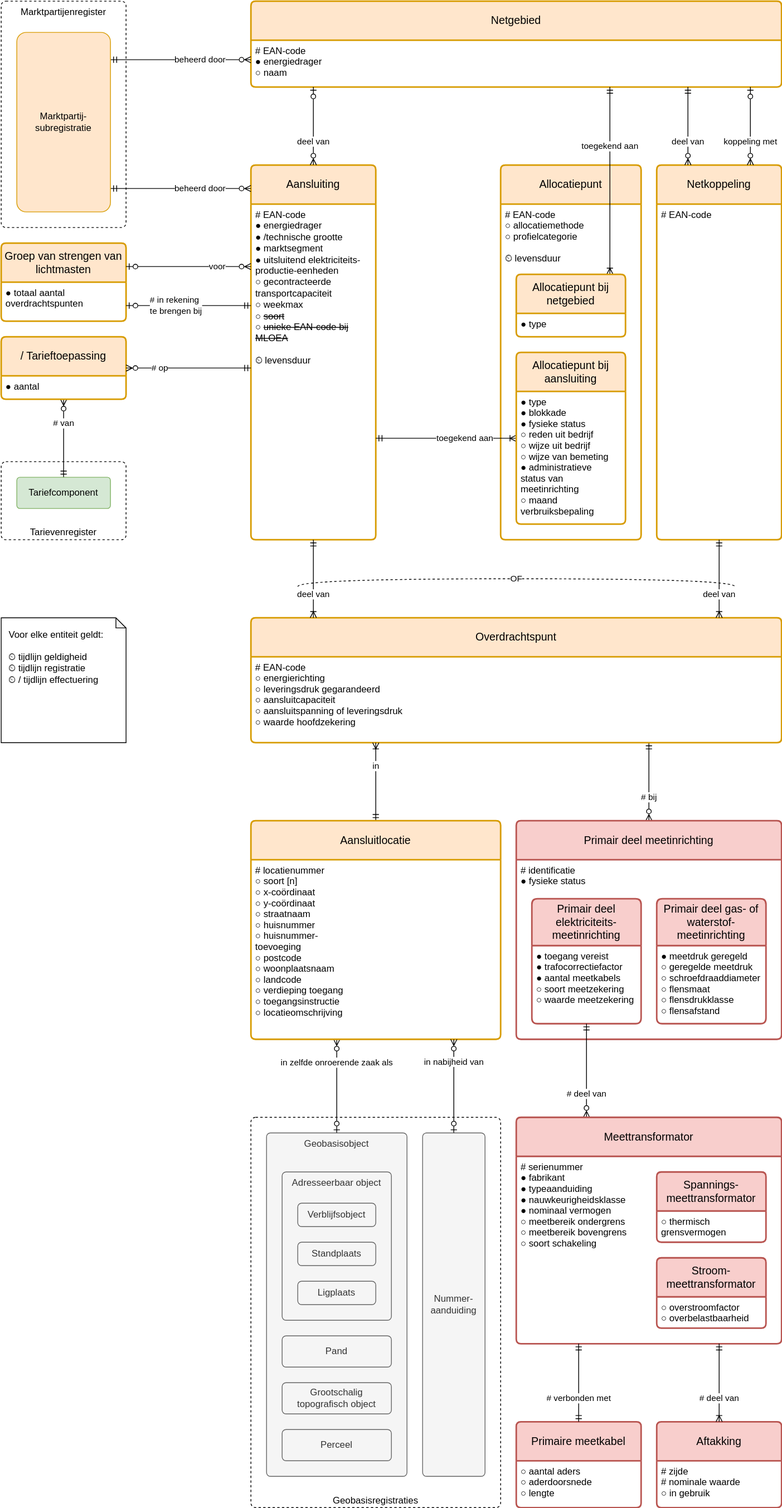
This is registers/aansluitingenregister/1.4/aansluitingenregister.drawio.svg from Netbeheer-Nederland/stelsel, a draw.io export, as it was before one commit. Source tidied: cells renumbered, new cells last; positions are measured from the earlier drawing's top-left corner, leaving out a move shared by most shapes.
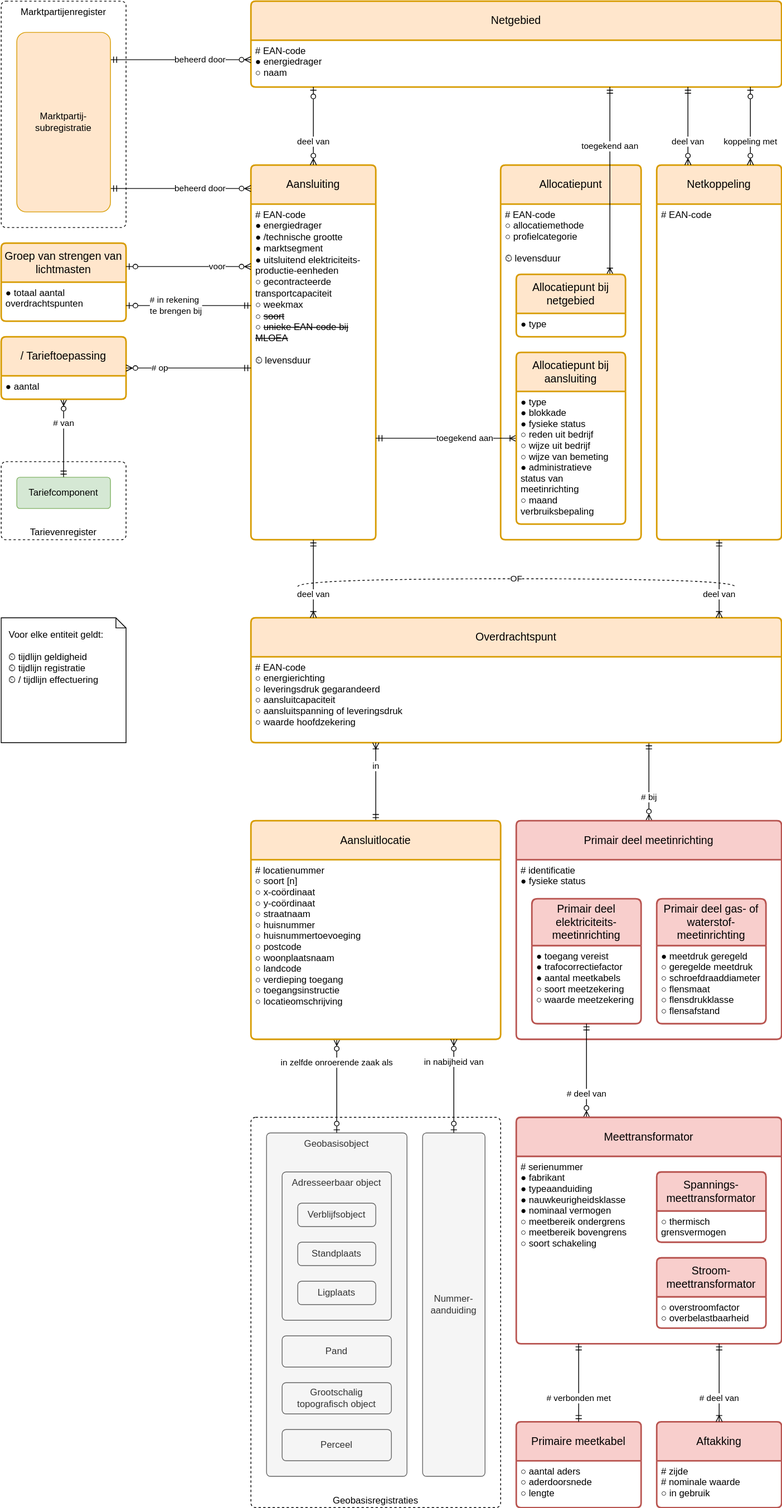
After the change.

Commit message:
'huisnummer-toevoeging' zonder koppelteken

What changed in the source:
```diff
@@ -188,7 +188,7 @@
     <mxCell id="50" value="Aansluitlocatie" style="swimlane;horizontal=1;startSize=50;rounded=1;fontSize=14;fontStyle=0;strokeWidth=2;shadow=0;dashed=0;align=center;fillColor=#ffe6cc;strokeColor=#d79b00;arcSize=4;whiteSpace=wrap;html=1;" parent="1" vertex="1">
       <mxGeometry x="320" y="1050" width="320" height="280" as="geometry" />
     </mxCell>
-    <mxCell id="51" value="# locatienummer&#10;○ soort [n]&#10;○ x-coördinaat&#10;○ y-coördinaat&#10;○ straatnaam&#10;○ huisnummer&#10;○ huisnummer-&#10;   toevoeging&#10;○ postcode&#10;○ woonplaatsnaam&#10;○ landcode&#10;○ verdieping toegang&#10;○ toegangsinstructie&#10;○ locatieomschrijving" style="align=left;strokeColor=none;fillColor=none;spacingLeft=4;fontSize=12;verticalAlign=top;fontColor=default;" parent="50" vertex="1">
+    <mxCell id="51" value="# locatienummer&#10;○ soort [n]&#10;○ x-coördinaat&#10;○ y-coördinaat&#10;○ straatnaam&#10;○ huisnummer&#10;○ huisnummertoevoeging&#10;○ postcode&#10;○ woonplaatsnaam&#10;○ landcode&#10;○ verdieping toegang&#10;○ toegangsinstructie&#10;○ locatieomschrijving" style="align=left;strokeColor=none;fillColor=none;spacingLeft=4;fontSize=12;verticalAlign=top;fontColor=default;" parent="50" vertex="1">
       <mxGeometry y="50" width="320" height="230" as="geometry" />
     </mxCell>
     <mxCell id="52" value="in nabijheid van" style="endArrow=ERzeroToOne;html=1;rounded=0;endFill=0;startArrow=ERzeroToMany;startFill=0;edgeStyle=elbowEdgeStyle;align=center;" parent="1" edge="1" source="50" target="53">
```
